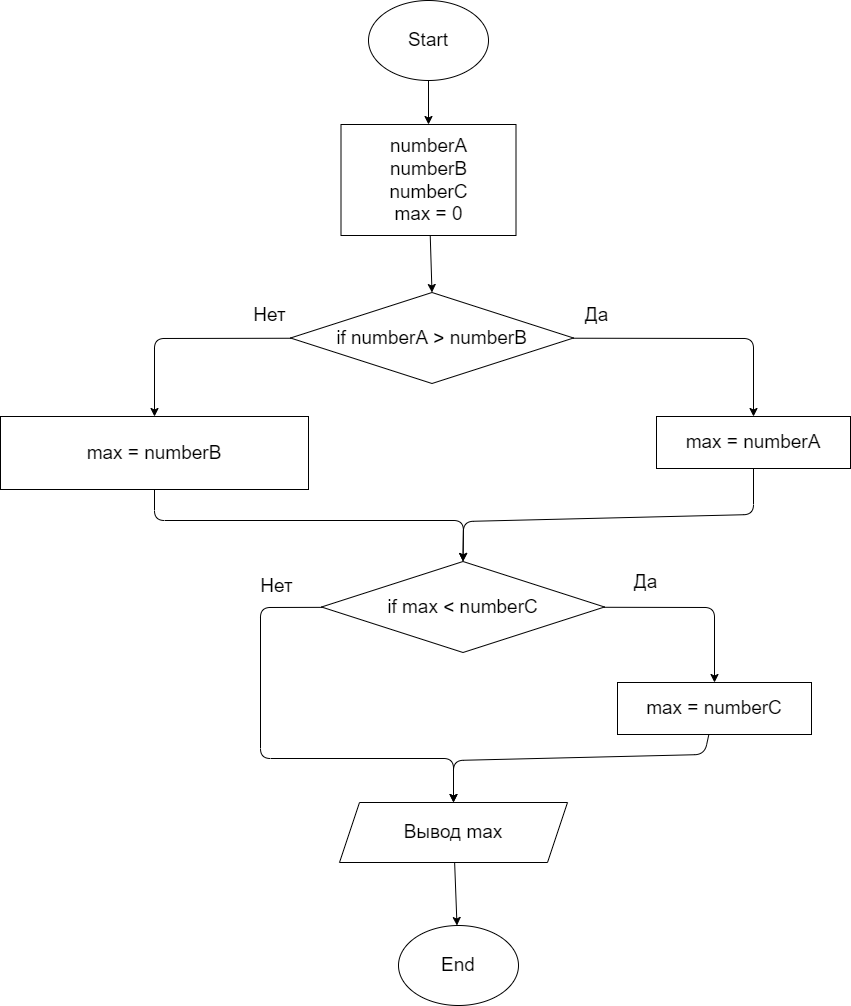
This is HW002/diagram.drawio.png from toxa41/HomeC-, a draw.io export, as it was before one commit. Source tidied: cells renumbered, new cells last; positions are measured from the earlier drawing's top-left corner, leaving out a move shared by most shapes.
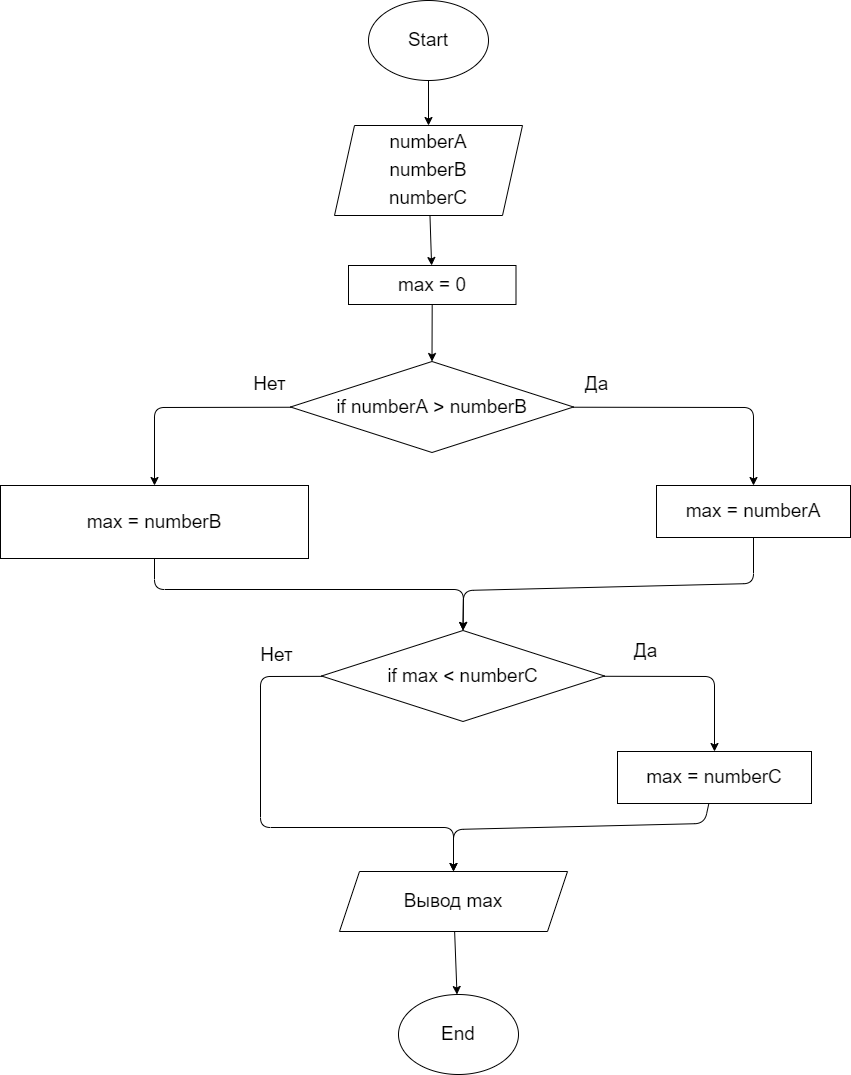
The same file after the commit.

Commit message:
All diagram done

The edit, as a diff of the source:
```diff
@@ -2,17 +2,17 @@
   <root>
     <mxCell id="0" />
     <mxCell id="1" parent="0" />
-    <mxCell id="2" style="edgeStyle=none;html=1;entryX=0.5;entryY=0;entryDx=0;entryDy=0;fontSize=19;" parent="1" edge="1" source="3" target="5">
-      <mxGeometry relative="1" as="geometry" />
-    </mxCell>
+    <mxCell id="25" style="edgeStyle=none;html=1;" parent="1" edge="1" source="3" target="27">
+      <mxGeometry relative="1" as="geometry" />
+    </mxCell>
     <mxCell id="3" value="&lt;font style=&quot;font-size: 19px&quot;&gt;Start&lt;/font&gt;" style="ellipse;whiteSpace=wrap;html=1;" parent="1" vertex="1">
-      <mxGeometry x="368" width="120" height="80" as="geometry" />
+      <mxGeometry x="368" y="-69" width="120" height="80" as="geometry" />
     </mxCell>
     <mxCell id="4" style="edgeStyle=none;html=1;entryX=0.5;entryY=0;entryDx=0;entryDy=0;fontSize=19;" parent="1" edge="1" source="5" target="8">
       <mxGeometry relative="1" as="geometry" />
     </mxCell>
-    <mxCell id="5" value="numberA&lt;br&gt;numberB&lt;br&gt;numberC&lt;br&gt;max = 0" style="rounded=0;whiteSpace=wrap;html=1;fontSize=19;" parent="1" vertex="1">
-      <mxGeometry x="340.5" y="124" width="175" height="111" as="geometry" />
+    <mxCell id="5" value="max = 0" style="rounded=0;whiteSpace=wrap;html=1;fontSize=19;" parent="1" vertex="1">
+      <mxGeometry x="348" y="196" width="167.5" height="39" as="geometry" />
     </mxCell>
     <mxCell id="6" style="edgeStyle=none;html=1;fontSize=19;entryX=0.5;entryY=0;entryDx=0;entryDy=0;" parent="1" edge="1" source="8" target="12">
       <mxGeometry relative="1" as="geometry">
@@ -104,5 +104,11 @@
     <mxCell id="24" value="Нет" style="text;html=1;align=center;verticalAlign=middle;strokeColor=none;fillColor=none;fontSize=19;" parent="1" vertex="1">
       <mxGeometry x="255" y="572" width="42" height="27" as="geometry" />
     </mxCell>
+    <mxCell id="26" style="edgeStyle=none;html=1;" parent="1" edge="1" source="27" target="5">
+      <mxGeometry relative="1" as="geometry" />
+    </mxCell>
+    <mxCell id="27" value="&lt;span style=&quot;font-size: 19px&quot;&gt;numberA&lt;/span&gt;&lt;br style=&quot;font-size: 19px&quot;&gt;&lt;span style=&quot;font-size: 19px&quot;&gt;numberB&lt;/span&gt;&lt;br style=&quot;font-size: 19px&quot;&gt;&lt;span style=&quot;font-size: 19px&quot;&gt;numberC&lt;/span&gt;" style="shape=parallelogram;perimeter=parallelogramPerimeter;whiteSpace=wrap;html=1;fixedSize=1;" parent="1" vertex="1">
+      <mxGeometry x="334" y="56" width="188" height="90" as="geometry" />
+    </mxCell>
   </root>
 </mxGraphModel>
```
